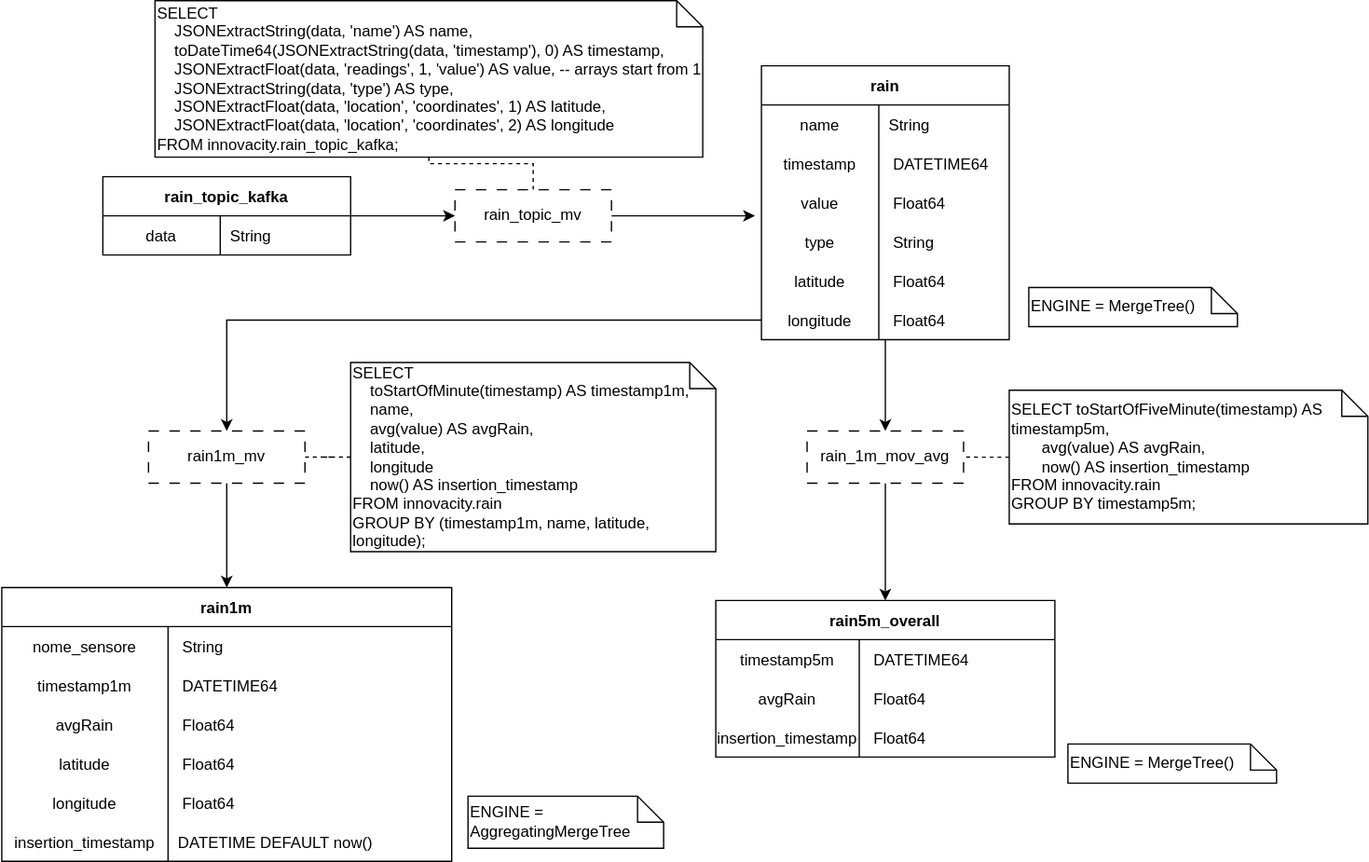
Above: src/3_PB/SpecificaTecnica/DBscheme/DB_Rain.svg in SWATEngineering/Docs (draw.io), before the change. Source tidied: cells renumbered, new cells last; positions are measured from the earlier drawing's top-left corner, leaving out a move shared by most shapes.
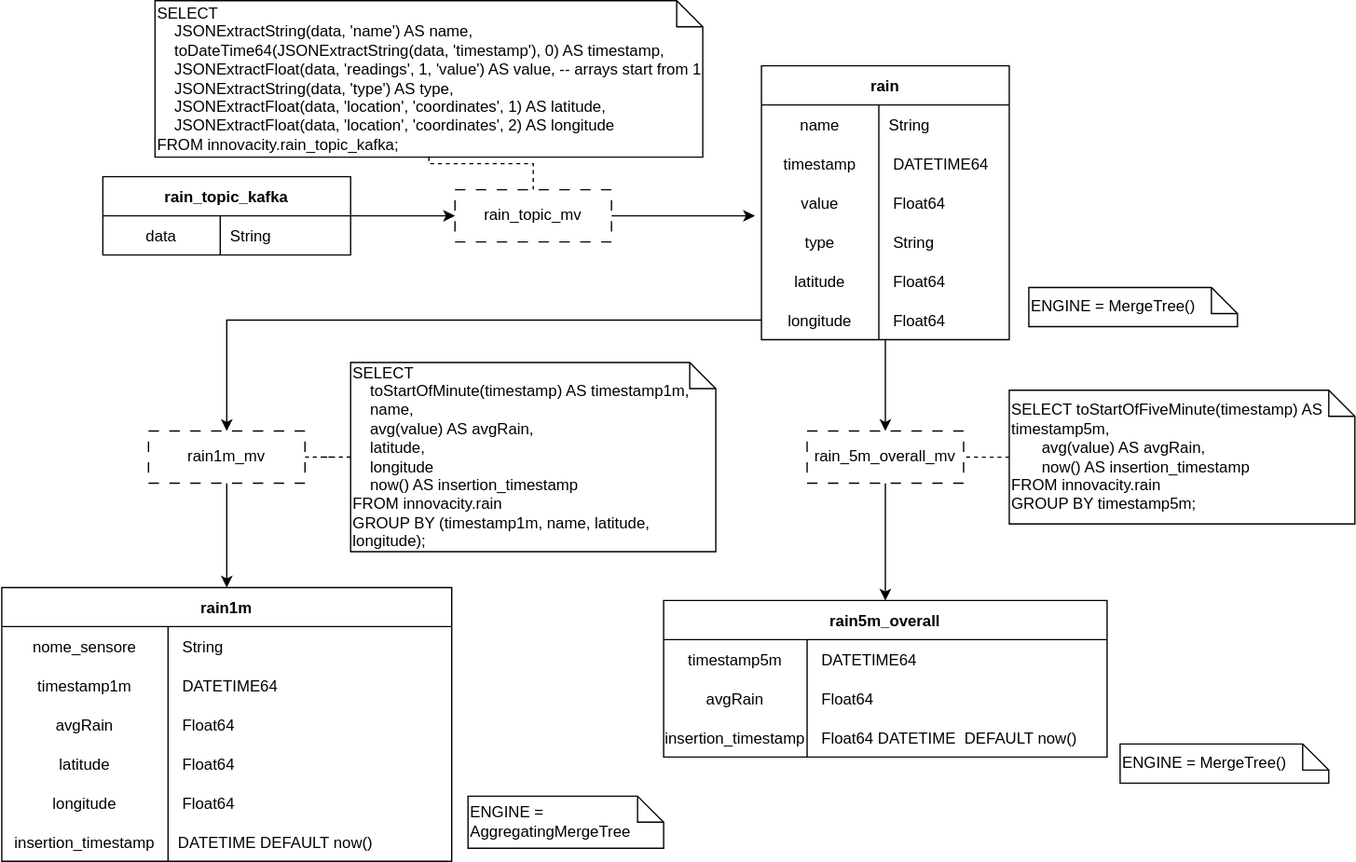
Above is the later version.

What changed in the source:
```diff
@@ -138,34 +138,34 @@
       <mxGeometry x="127.5" width="217.5" height="30" as="geometry" />
     </mxCell>
     <mxCell id="47" value="rain5m_overall" style="shape=table;startSize=30;rowLines=0;fontStyle=1;align=center;" parent="1" vertex="1">
-      <mxGeometry x="548" y="460" width="260" height="120" as="geometry" />
+      <mxGeometry x="508" y="460" width="340" height="120" as="geometry" />
     </mxCell>
     <mxCell id="48" style="shape=tableRow;horizontal=0;startSize=0;swimlaneHead=0;swimlaneBody=0;fillColor=none;strokeColor=inherit;top=0;left=0;right=0;bottom=0;" parent="47" vertex="1">
-      <mxGeometry y="30" width="260" height="30" as="geometry" />
+      <mxGeometry y="30" width="340" height="30" as="geometry" />
     </mxCell>
     <mxCell id="49" value="timestamp5m" style="shape=partialRectangle;overflow=hidden;fillColor=none;strokeColor=inherit;top=0;left=0;bottom=0;right=0;" parent="48" vertex="1">
       <mxGeometry width="110" height="30" as="geometry" />
     </mxCell>
     <mxCell id="50" value=" DATETIME64" style="shape=partialRectangle;overflow=hidden;fillColor=none;align=left;strokeColor=inherit;top=0;left=0;bottom=0;right=0;spacingLeft=6;" parent="48" vertex="1">
-      <mxGeometry x="110" width="150" height="30" as="geometry" />
+      <mxGeometry x="110" width="230" height="30" as="geometry" />
     </mxCell>
     <mxCell id="51" style="shape=tableRow;horizontal=0;startSize=0;swimlaneHead=0;swimlaneBody=0;fillColor=none;strokeColor=inherit;top=0;left=0;right=0;bottom=0;" parent="47" vertex="1">
-      <mxGeometry y="60" width="260" height="30" as="geometry" />
+      <mxGeometry y="60" width="340" height="30" as="geometry" />
     </mxCell>
     <mxCell id="52" value="avgRain" style="shape=partialRectangle;overflow=hidden;fillColor=none;strokeColor=inherit;top=0;left=0;bottom=0;right=0;" parent="51" vertex="1">
       <mxGeometry width="110" height="30" as="geometry" />
     </mxCell>
     <mxCell id="53" value=" Float64" style="shape=partialRectangle;overflow=hidden;fillColor=none;align=left;strokeColor=inherit;top=0;left=0;bottom=0;right=0;spacingLeft=6;" parent="51" vertex="1">
-      <mxGeometry x="110" width="150" height="30" as="geometry" />
+      <mxGeometry x="110" width="230" height="30" as="geometry" />
     </mxCell>
     <mxCell id="54" style="shape=tableRow;horizontal=0;startSize=0;swimlaneHead=0;swimlaneBody=0;fillColor=none;strokeColor=inherit;top=0;left=0;right=0;bottom=0;" parent="47" vertex="1">
-      <mxGeometry y="90" width="260" height="30" as="geometry" />
+      <mxGeometry y="90" width="340" height="30" as="geometry" />
     </mxCell>
     <mxCell id="55" value="insertion_timestamp" style="shape=partialRectangle;overflow=hidden;fillColor=none;strokeColor=inherit;top=0;left=0;bottom=0;right=0;" parent="54" vertex="1">
       <mxGeometry width="110" height="30" as="geometry" />
     </mxCell>
-    <mxCell id="56" value=" Float64" style="shape=partialRectangle;overflow=hidden;fillColor=none;align=left;strokeColor=inherit;top=0;left=0;bottom=0;right=0;spacingLeft=6;" parent="54" vertex="1">
-      <mxGeometry x="110" width="150" height="30" as="geometry" />
+    <mxCell id="56" value=" Float64 DATETIME  DEFAULT now()" style="shape=partialRectangle;overflow=hidden;fillColor=none;align=left;strokeColor=inherit;top=0;left=0;bottom=0;right=0;spacingLeft=6;" parent="54" vertex="1">
+      <mxGeometry x="110" width="230" height="30" as="geometry" />
     </mxCell>
     <mxCell id="57" style="edgeStyle=orthogonalEdgeStyle;rounded=0;jettySize=auto;html=1;" parent="1" edge="1" source="59">
       <mxGeometry relative="1" as="geometry">
@@ -190,7 +190,7 @@
     <mxCell id="63" style="edgeStyle=orthogonalEdgeStyle;rounded=0;jettySize=auto;html=1;entryX=0.5;entryY=0;entryDx=0;entryDy=0;" parent="1" edge="1" source="64" target="47">
       <mxGeometry relative="1" as="geometry" />
     </mxCell>
-    <mxCell id="64" value="rain_1m_mov_avg" style="whiteSpace=wrap;html=1;align=center;dashed=1;dashPattern=8 8;" parent="1" vertex="1">
+    <mxCell id="64" value="rain_5m_overall_mv" style="whiteSpace=wrap;html=1;align=center;dashed=1;dashPattern=8 8;" parent="1" vertex="1">
       <mxGeometry x="618" y="330" width="120" height="40" as="geometry" />
     </mxCell>
     <mxCell id="65" value="SELECT&lt;br&gt;&amp;nbsp;&amp;nbsp;&amp;nbsp; JSONExtractString(data, 'name') AS name,&lt;br&gt;&amp;nbsp;&amp;nbsp;&amp;nbsp; toDateTime64(JSONExtractString(data, 'timestamp'), 0) AS timestamp,&lt;br&gt;&amp;nbsp;&amp;nbsp;&amp;nbsp; JSONExtractFloat(data, 'readings', 1, 'value') AS value, -- arrays start from 1&lt;br&gt;&amp;nbsp;&amp;nbsp;&amp;nbsp; JSONExtractString(data, 'type') AS type,&lt;br&gt;&amp;nbsp;&amp;nbsp;&amp;nbsp; JSONExtractFloat(data, 'location', 'coordinates', 1) AS latitude,&lt;br&gt;&amp;nbsp;&amp;nbsp;&amp;nbsp; JSONExtractFloat(data, 'location', 'coordinates', 2) AS longitude&lt;br&gt;FROM innovacity.rain_topic_kafka;" style="shape=note;size=20;whiteSpace=wrap;html=1;align=left;" parent="1" vertex="1">
@@ -203,10 +203,10 @@
       <mxGeometry relative="1" as="geometry" />
     </mxCell>
     <mxCell id="68" value="SELECT toStartOfFiveMinute(timestamp) AS timestamp5m,&lt;br&gt;&amp;nbsp;&amp;nbsp;&amp;nbsp;&amp;nbsp;&amp;nbsp;&amp;nbsp; avg(value) AS avgRain,&lt;br&gt;&amp;nbsp;&amp;nbsp;&amp;nbsp;&amp;nbsp;&amp;nbsp;&amp;nbsp; now() AS insertion_timestamp&lt;br&gt;FROM innovacity.rain&lt;br&gt;GROUP BY timestamp5m;" style="shape=note;size=20;whiteSpace=wrap;html=1;align=left;" parent="1" vertex="1">
-      <mxGeometry x="773" y="298.8" width="275" height="102.5" as="geometry" />
+      <mxGeometry x="773" y="298.8" width="265" height="102.5" as="geometry" />
     </mxCell>
     <mxCell id="69" value="&lt;div align=&quot;left&quot;&gt;ENGINE = MergeTree()&lt;/div&gt;" style="shape=note;size=20;whiteSpace=wrap;html=1;align=left;" parent="1" vertex="1">
-      <mxGeometry x="818" y="570" width="160" height="30" as="geometry" />
+      <mxGeometry x="858" y="570" width="160" height="30" as="geometry" />
     </mxCell>
     <mxCell id="70" value="&lt;div align=&quot;left&quot;&gt;ENGINE = AggregatingMergeTree&lt;br&gt;&lt;/div&gt;" style="shape=note;size=20;whiteSpace=wrap;html=1;align=left;" parent="1" vertex="1">
       <mxGeometry x="358" y="610" width="150" height="40" as="geometry" />
```
